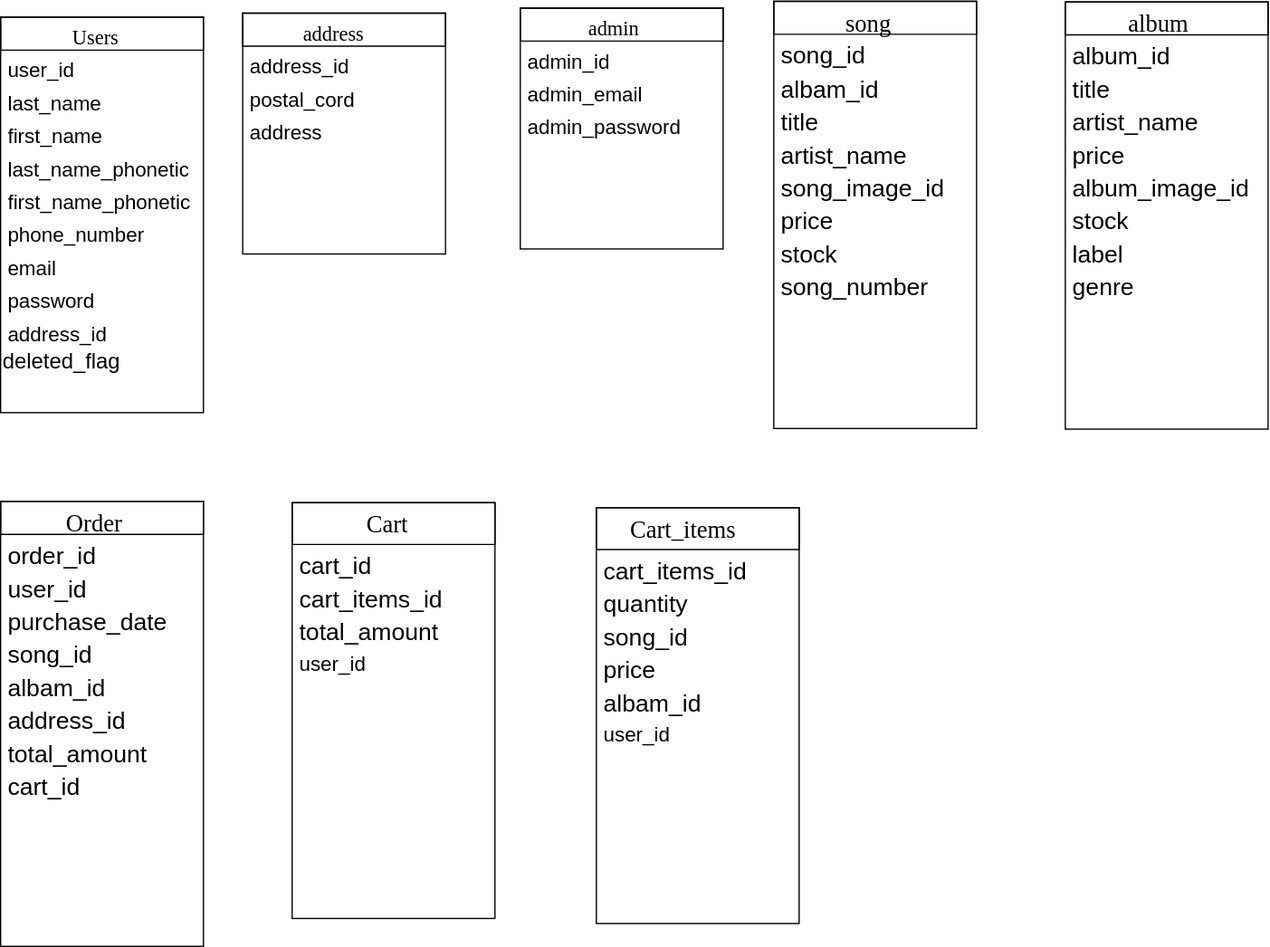
Earlier version of the draw.io export databace.svg (itasakashogo/gomamis). Source tidied: cells renumbered, new cells last; positions are measured from the earlier drawing's top-left corner, leaving out a move shared by most shapes.
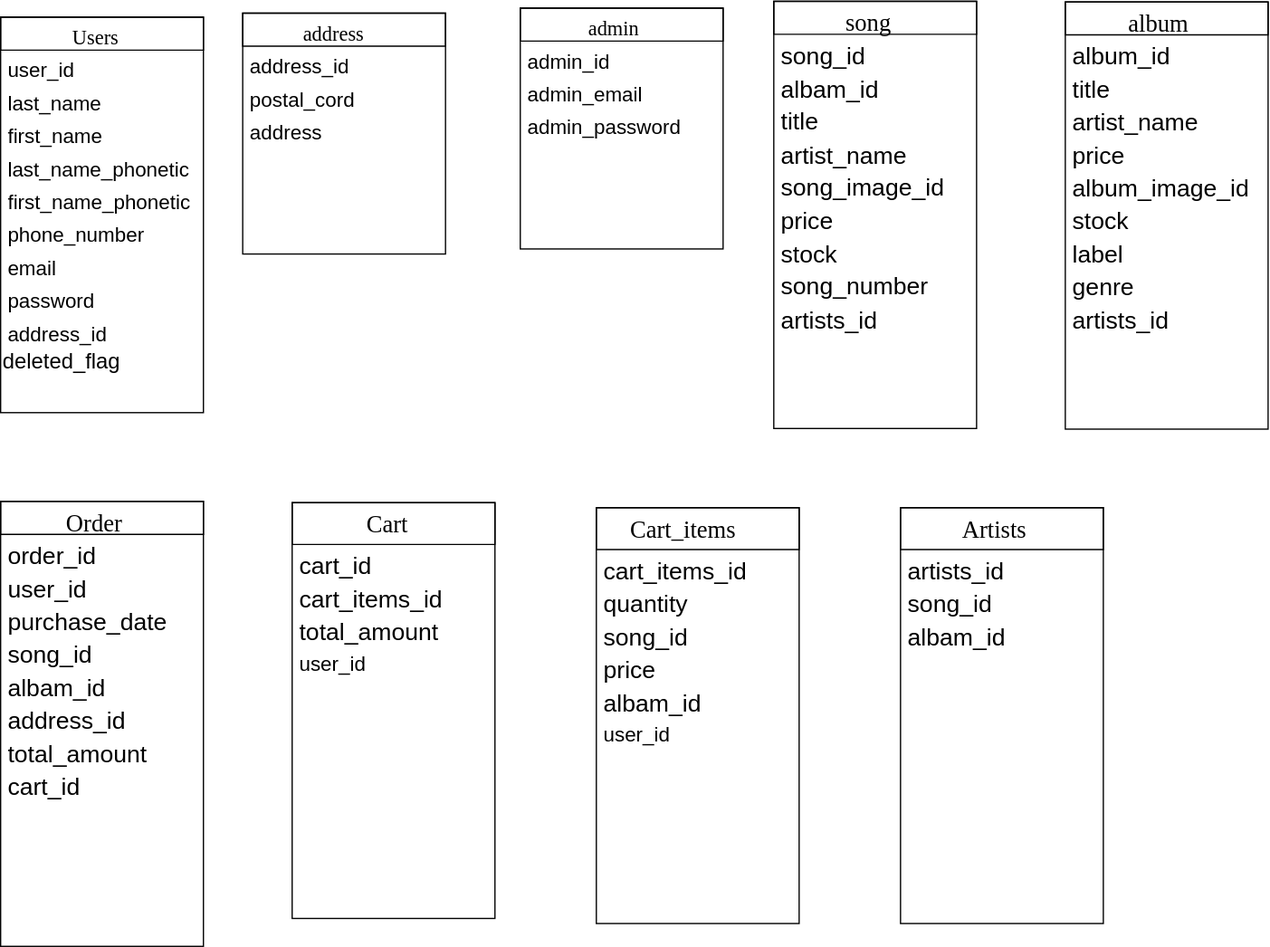
Above is the later version.

Change to the diagram source:
```diff
@@ -86,6 +86,9 @@
     <mxCell id="29" value="genre" style="text;html=1;strokeColor=none;fillColor=none;align=left;verticalAlign=top;spacingLeft=4;spacingRight=4;whiteSpace=wrap;overflow=hidden;fontStyle=0;fontSize=19;" parent="21" vertex="1">
       <mxGeometry y="208" width="160" height="26" as="geometry" />
     </mxCell>
+    <mxCell id="60" value="&lt;span&gt;artists&lt;/span&gt;_id" style="text;html=1;strokeColor=none;fillColor=none;align=left;verticalAlign=top;spacingLeft=4;spacingRight=4;whiteSpace=wrap;overflow=hidden;fontStyle=0;fontSize=19;" parent="21" vertex="1">
+      <mxGeometry y="234" width="160" height="26" as="geometry" />
+    </mxCell>
     <mxCell id="30" value="song" style="swimlane;html=1;fontStyle=0;align=center;verticalAlign=top;horizontal=1;startSize=26;swimlaneFillColor=#ffffff;rounded=0;shadow=0;comic=0;labelBackgroundColor=none;strokeColor=#000000;strokeWidth=1;fillColor=none;fontFamily=Verdana;fontSize=19;fontColor=#000000;" parent="1" vertex="1">
       <mxGeometry x="610" y="0.5" width="160" height="337" as="geometry" />
     </mxCell>
@@ -113,6 +116,9 @@
     <mxCell id="38" value="song_number" style="text;html=1;strokeColor=none;fillColor=none;align=left;verticalAlign=top;spacingLeft=4;spacingRight=4;whiteSpace=wrap;overflow=hidden;fontStyle=0;fontSize=19;" parent="30" vertex="1">
       <mxGeometry y="208" width="160" height="26" as="geometry" />
     </mxCell>
+    <mxCell id="61" value="&lt;span&gt;artists&lt;/span&gt;_id" style="text;html=1;strokeColor=none;fillColor=none;align=left;verticalAlign=top;spacingLeft=4;spacingRight=4;whiteSpace=wrap;overflow=hidden;fontStyle=0;fontSize=19;" parent="30" vertex="1">
+      <mxGeometry y="234" width="160" height="26" as="geometry" />
+    </mxCell>
     <mxCell id="39" value="Cart" style="swimlane;html=1;fontStyle=0;align=center;verticalAlign=top;horizontal=1;startSize=33;swimlaneFillColor=#ffffff;rounded=0;shadow=0;comic=0;labelBackgroundColor=none;strokeColor=#000000;strokeWidth=1;fillColor=none;fontFamily=Verdana;fontSize=19;fontColor=#000000;" parent="1" vertex="1">
       <mxGeometry x="230" y="396" width="160" height="328" as="geometry" />
     </mxCell>
@@ -149,6 +155,18 @@
     <mxCell id="50" value="user_id" style="text;html=1;strokeColor=none;fillColor=none;align=left;verticalAlign=top;spacingLeft=4;spacingRight=4;whiteSpace=wrap;overflow=hidden;fontStyle=0;fontSize=16;" parent="44" vertex="1">
       <mxGeometry y="163" width="160" height="26" as="geometry" />
     </mxCell>
+    <mxCell id="62" value="&lt;span&gt;Artists&lt;/span&gt;" style="swimlane;html=1;fontStyle=0;align=center;verticalAlign=top;horizontal=1;startSize=33;swimlaneFillColor=#ffffff;rounded=0;shadow=0;comic=0;labelBackgroundColor=none;strokeColor=#000000;strokeWidth=1;fillColor=none;fontFamily=Verdana;fontSize=19;fontColor=#000000;" parent="1" vertex="1">
+      <mxGeometry x="710" y="400" width="160" height="328" as="geometry" />
+    </mxCell>
+    <mxCell id="63" value="&lt;span&gt;artists&lt;/span&gt;_id" style="text;html=1;strokeColor=none;fillColor=none;align=left;verticalAlign=top;spacingLeft=4;spacingRight=4;whiteSpace=wrap;overflow=hidden;fontStyle=0;fontSize=19;" parent="62" vertex="1">
+      <mxGeometry y="33" width="160" height="26" as="geometry" />
+    </mxCell>
+    <mxCell id="64" value="song_id" style="text;html=1;strokeColor=none;fillColor=none;align=left;verticalAlign=top;spacingLeft=4;spacingRight=4;whiteSpace=wrap;overflow=hidden;fontStyle=0;fontSize=19;" parent="62" vertex="1">
+      <mxGeometry y="59" width="160" height="26" as="geometry" />
+    </mxCell>
+    <mxCell id="65" value="albam_id" style="text;html=1;strokeColor=none;fillColor=none;align=left;verticalAlign=top;spacingLeft=4;spacingRight=4;whiteSpace=wrap;overflow=hidden;fontStyle=0;fontSize=19;" parent="62" vertex="1">
+      <mxGeometry y="85" width="160" height="26" as="geometry" />
+    </mxCell>
     <mxCell id="51" value="Order" style="swimlane;html=1;fontStyle=0;align=center;verticalAlign=top;horizontal=1;startSize=26;swimlaneFillColor=#ffffff;rounded=0;shadow=0;comic=0;labelBackgroundColor=none;strokeColor=#000000;strokeWidth=1;fillColor=none;fontFamily=Verdana;fontSize=19;fontColor=#000000;" parent="1" vertex="1">
       <mxGeometry y="395" width="160" height="351" as="geometry" />
     </mxCell>
```
